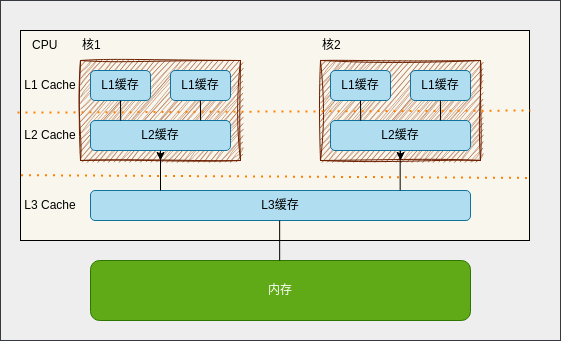
Above: picture/cpu缓存.drawio.png in Loomione/Loomione.github.io (draw.io), before the change. Source tidied: cells renumbered, new cells last; positions are measured from the earlier drawing's top-left corner, leaving out a move shared by most shapes.
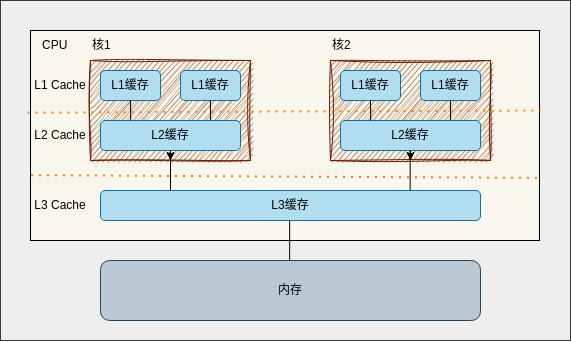
After the commit.

Diff of the diagram source:
```diff
@@ -3,7 +3,7 @@
     <mxCell id="0" />
     <mxCell id="1" parent="0" />
     <mxCell id="2" style="rounded=0;whiteSpace=wrap;html=1;glass=0;sketch=0;fillStyle=auto;strokeColor=#36393d;fillColor=#eeeeee;" parent="1" vertex="1">
-      <mxGeometry width="560" height="340" as="geometry" />
+      <mxGeometry x="-10" width="570" height="340" as="geometry" />
     </mxCell>
     <mxCell id="3" style="rounded=0;whiteSpace=wrap;html=1;fillColor=#f9f7ed;strokeColor=#000000;gradientColor=none;glass=0;" parent="1" vertex="1">
       <mxGeometry x="20" y="30" width="509" height="210" as="geometry" />
@@ -91,7 +91,7 @@
     <mxCell id="25" value="&lt;font color=&quot;#000000&quot;&gt;CPU&lt;/font&gt;" style="text;html=1;strokeColor=none;fillColor=none;align=left;verticalAlign=middle;whiteSpace=wrap;rounded=0;glass=0;sketch=0;fillStyle=auto;" parent="1" vertex="1">
       <mxGeometry x="30" y="30" width="60" height="30" as="geometry" />
     </mxCell>
-    <mxCell id="26" value="内存" style="rounded=1;whiteSpace=wrap;html=1;glass=0;fillColor=#60a917;strokeColor=#2D7600;fillStyle=auto;fontColor=#ffffff;" parent="1" vertex="1">
+    <mxCell id="26" value="&lt;font color=&quot;#000000&quot;&gt;内存&lt;/font&gt;" style="rounded=1;whiteSpace=wrap;html=1;glass=0;fillColor=#bac8d3;strokeColor=#23445d;fillStyle=auto;" parent="1" vertex="1">
       <mxGeometry x="90" y="260" width="380" height="60" as="geometry" />
     </mxCell>
     <mxCell id="27" style="endArrow=none;html=1;strokeColor=#000000;strokeWidth=1;fontColor=#000000;startArrow=none;startFill=0;" parent="1" edge="1">
```
